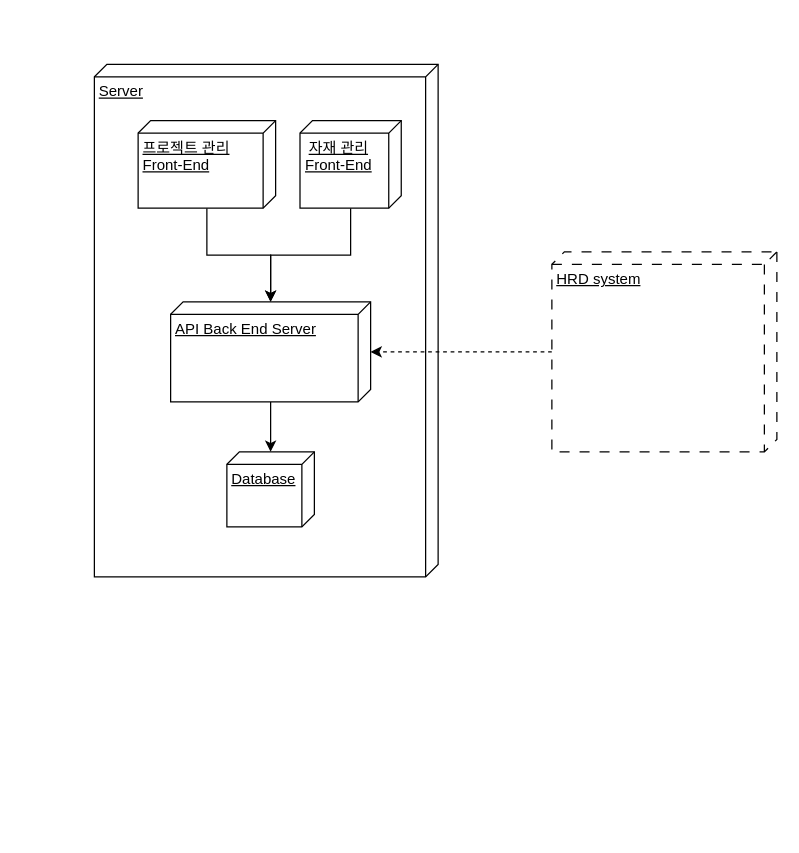
This is page "Container diagram" (2 of 5) of SAMS(PMS).drawio from OhcandO/SoletTop_EOS-FES, a draw.io file, before an edit. Source tidied: cells renumbered, new cells numbered last; positions are measured from the earlier drawing's top-left corner, leaving out a move shared by most shapes. Both pictures are drawn from the tidied source at 125%, with x=0, y=0 at pixel (94, 64).
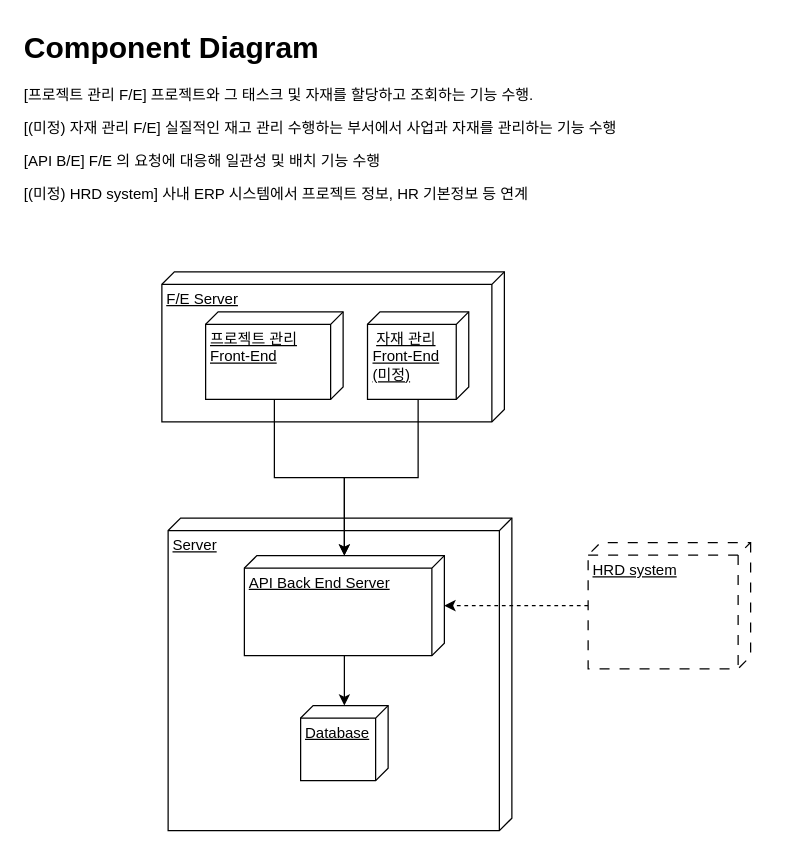
The same diagram, later.

What changed in the source:
```diff
@@
 <mxGraphModel>
   <root>
     <mxCell id="0" />
     <mxCell id="1" parent="0" />
+    <mxCell id="12" value="F/E Server" style="verticalAlign=top;align=left;spacingTop=8;spacingLeft=2;spacingRight=12;shape=cube;size=10;direction=south;fontStyle=4;html=1;whiteSpace=wrap;" parent="1" vertex="1">
+      <mxGeometry x="54" y="166" width="274" height="120" as="geometry" />
+    </mxCell>
     <mxCell id="2" value="Server" style="verticalAlign=top;align=left;spacingTop=8;spacingLeft=2;spacingRight=12;shape=cube;size=10;direction=south;fontStyle=4;html=1;whiteSpace=wrap;" parent="1" vertex="1">
-      <mxGeometry width="275" height="410" as="geometry" />
+      <mxGeometry x="59" y="363" width="275" height="250" as="geometry" />
     </mxCell>
     <mxCell id="3" style="edgeStyle=orthogonalEdgeStyle;rounded=0;jettySize=auto;html=1;" parent="1" edge="1" source="4" target="8">
       <mxGeometry relative="1" as="geometry" />
     </mxCell>
     <mxCell id="4" value="&lt;div style=&quot;text-align: center;&quot;&gt;프로젝트 관리&lt;/div&gt;&lt;span style=&quot;text-align: center;&quot;&gt;Front-End&lt;/span&gt;" style="verticalAlign=top;align=left;spacingTop=8;spacingLeft=2;spacingRight=12;shape=cube;size=10;direction=south;fontStyle=4;html=1;whiteSpace=wrap;" parent="1" vertex="1">
-      <mxGeometry x="35" y="45" width="110" height="70" as="geometry" />
+      <mxGeometry x="89" y="198" width="110" height="70" as="geometry" />
     </mxCell>
     <mxCell id="5" style="edgeStyle=orthogonalEdgeStyle;rounded=0;jettySize=auto;html=1;" parent="1" edge="1" source="6" target="8">
       <mxGeometry relative="1" as="geometry" />
     </mxCell>
-    <mxCell id="6" value="&lt;div style=&quot;text-align: center;&quot;&gt;자재 관리&lt;/div&gt;&lt;span style=&quot;text-align: center;&quot;&gt;Front-End&lt;/span&gt;" style="verticalAlign=top;align=left;spacingTop=8;spacingLeft=2;spacingRight=12;shape=cube;size=10;direction=south;fontStyle=4;html=1;whiteSpace=wrap;" parent="1" vertex="1">
-      <mxGeometry x="164.5" y="45" width="81" height="70" as="geometry" />
+    <mxCell id="6" value="&lt;div style=&quot;text-align: center;&quot;&gt;자재 관리&lt;/div&gt;&lt;span style=&quot;text-align: center;&quot;&gt;Front-End&lt;br&gt;(미정)&lt;/span&gt;" style="verticalAlign=top;align=left;spacingTop=8;spacingLeft=2;spacingRight=12;shape=cube;size=10;direction=south;fontStyle=4;html=1;whiteSpace=wrap;" parent="1" vertex="1">
+      <mxGeometry x="218.5" y="198" width="81" height="70" as="geometry" />
     </mxCell>
     <mxCell id="7" style="edgeStyle=orthogonalEdgeStyle;rounded=0;jettySize=auto;html=1;" parent="1" edge="1" source="8" target="9">
       <mxGeometry relative="1" as="geometry" />
     </mxCell>
     <mxCell id="8" value="API Back End Server" style="verticalAlign=top;align=left;spacingTop=8;spacingLeft=2;spacingRight=12;shape=cube;size=10;direction=south;fontStyle=4;html=1;whiteSpace=wrap;" parent="1" vertex="1">
-      <mxGeometry x="61" y="190" width="160" height="80" as="geometry" />
+      <mxGeometry x="120" y="393" width="160" height="80" as="geometry" />
     </mxCell>
     <mxCell id="9" value="Database" style="verticalAlign=top;align=left;spacingTop=8;spacingLeft=2;spacingRight=12;shape=cube;size=10;direction=south;fontStyle=4;html=1;whiteSpace=wrap;" parent="1" vertex="1">
-      <mxGeometry x="106" y="310" width="70" height="60" as="geometry" />
+      <mxGeometry x="165" y="513" width="70" height="60" as="geometry" />
     </mxCell>
     <mxCell id="10" style="edgeStyle=orthogonalEdgeStyle;rounded=0;jettySize=auto;html=1;dashed=1;" parent="1" edge="1" source="11" target="8">
       <mxGeometry relative="1" as="geometry" />
     </mxCell>
     <mxCell id="11" value="HRD system" style="verticalAlign=top;align=left;spacingTop=8;spacingLeft=2;spacingRight=12;shape=cube;size=10;direction=south;fontStyle=4;html=1;whiteSpace=wrap;dashed=1;dashPattern=8 8;" parent="1" vertex="1">
-      <mxGeometry x="366" y="150" width="180" height="160" as="geometry" />
+      <mxGeometry x="395" y="382.5" width="130" height="101" as="geometry" />
     </mxCell>
+    <mxCell id="13" value="&lt;h1 style=&quot;margin-top: 0px;&quot;&gt;Component Diagram&lt;/h1&gt;&lt;p&gt;[프로젝트 관리 F/E] 프로젝트와 그 태스크 및 자재를 할당하고 조회하는 기능 수행.&lt;/p&gt;&lt;p&gt;[(미정) 자재 관리 F/E] 실질적인 재고 관리 수행하는 부서에서 사업과 자재를 관리하는 기능 수행&lt;/p&gt;&lt;p&gt;[API B/E] F/E 의 요청에 대응해 일관성 및 배치 기능 수행&lt;/p&gt;&lt;p&gt;[(미정) HRD system] 사내 ERP 시스템에서 프로젝트 정보, HR 기본정보 등 연계&lt;/p&gt;" style="text;html=1;whiteSpace=wrap;overflow=hidden;rounded=0;" parent="1" vertex="1">
+      <mxGeometry x="-58" y="-34" width="495" height="157" as="geometry" />
+    </mxCell>
   </root>
 </mxGraphModel>
```
